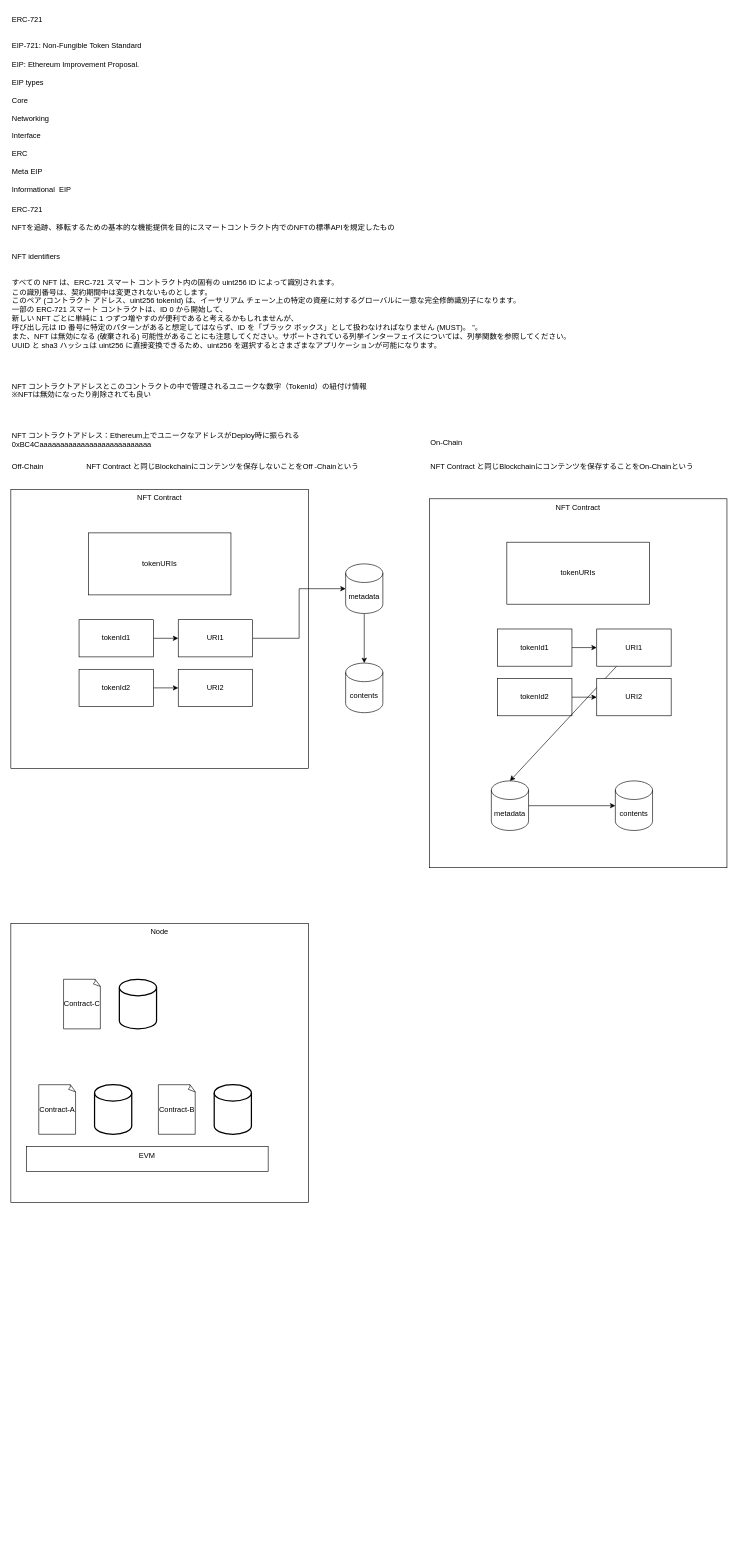
This is nft_contracts.drawio from infinith4/nft-contracts-basic, a draw.io file, before an edit. Source tidied: cells renumbered, new cells numbered last; positions are measured from the earlier drawing's top-left corner, leaving out a move shared by most shapes. Both pictures are drawn from the tidied source at 62%, with x=0, y=0 at pixel (11, 11).
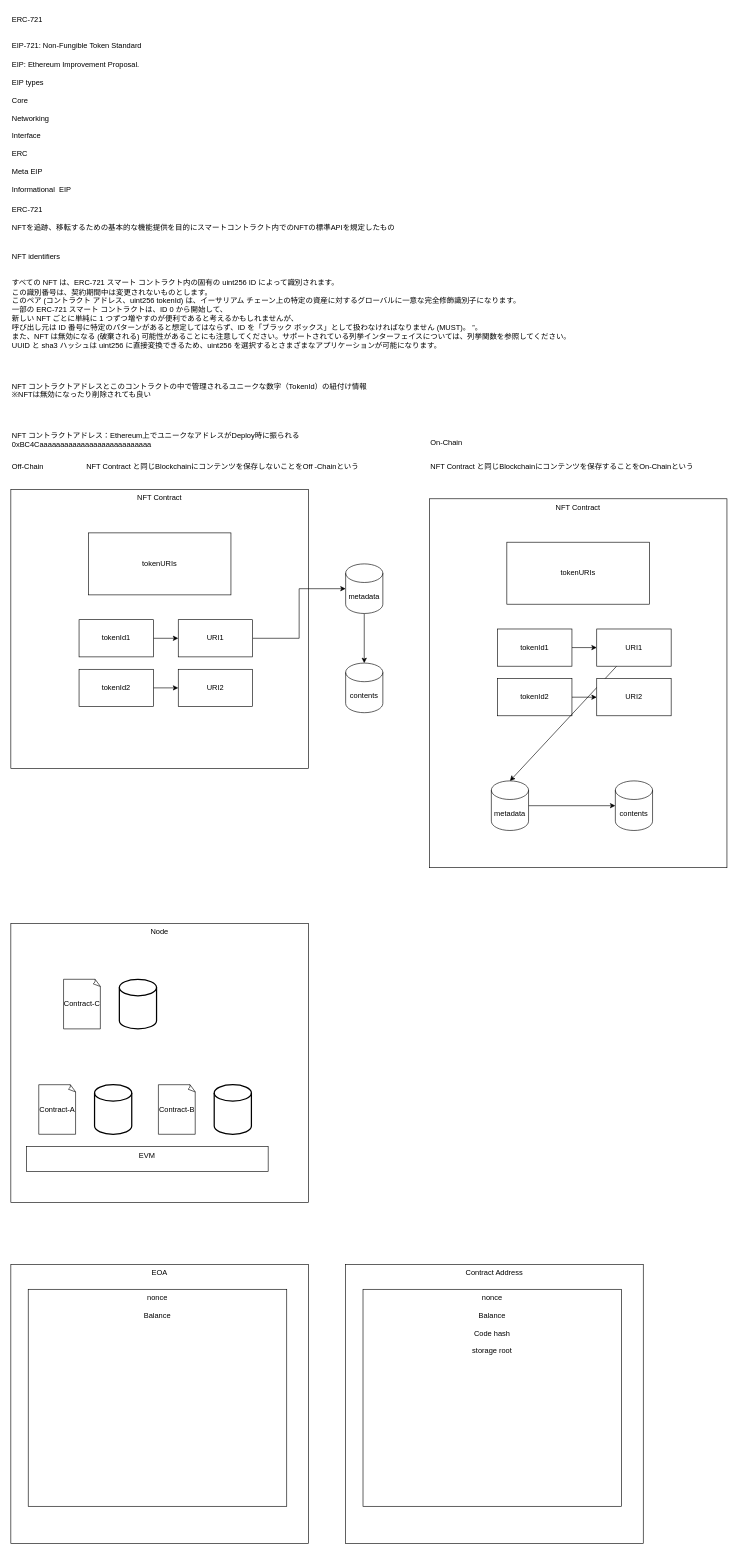
The same diagram, later.

What changed in the source:
```diff
@@
+    <mxCell id="46" value="EOA" style="rounded=0;whiteSpace=wrap;html=1;align=center;verticalAlign=top;" parent="1" vertex="1">
+      <mxGeometry y="2022" width="480" height="450" as="geometry" />
+    </mxCell>
+    <mxCell id="47" value="nonce&lt;br&gt;&lt;br&gt;Balance" style="rounded=0;whiteSpace=wrap;html=1;align=center;verticalAlign=top;" parent="1" vertex="1">
+      <mxGeometry x="28" y="2062" width="417" height="350" as="geometry" />
+    </mxCell>
+    <mxCell id="48" value="Contract Address" style="rounded=0;whiteSpace=wrap;html=1;align=center;verticalAlign=top;" parent="1" vertex="1">
+      <mxGeometry x="540" y="2022" width="480" height="450" as="geometry" />
+    </mxCell>
+    <mxCell id="49" value="nonce&lt;br&gt;&lt;br&gt;Balance&lt;br&gt;&lt;br&gt;Code hash&lt;br&gt;&lt;br&gt;storage root" style="rounded=0;whiteSpace=wrap;html=1;align=center;verticalAlign=top;" parent="1" vertex="1">
+      <mxGeometry x="568" y="2062" width="417" height="350" as="geometry" />
+    </mxCell>
```
